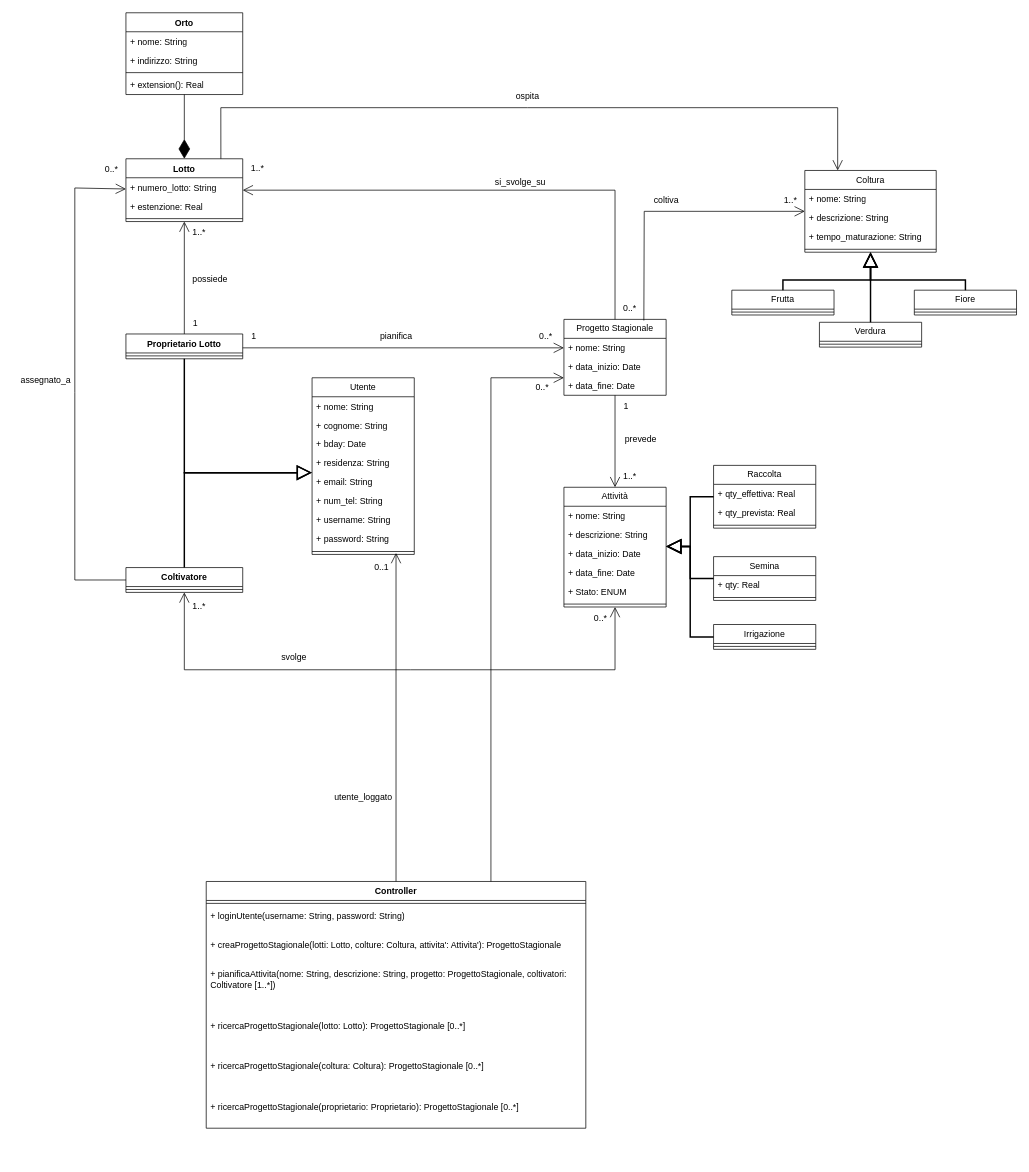
The draw.io diagram page "UML-OOP-version-1" (3 of 4) of diagrams/AllDiagrams.drawio in doriath17/UninaBioGarden, before the edit. Source tidied: cells renumbered, new cells numbered last; positions are measured from the earlier drawing's top-left corner, leaving out a move shared by most shapes. Both pictures are drawn from the tidied source at 73%, with x=0, y=0 at pixel (12, 12).
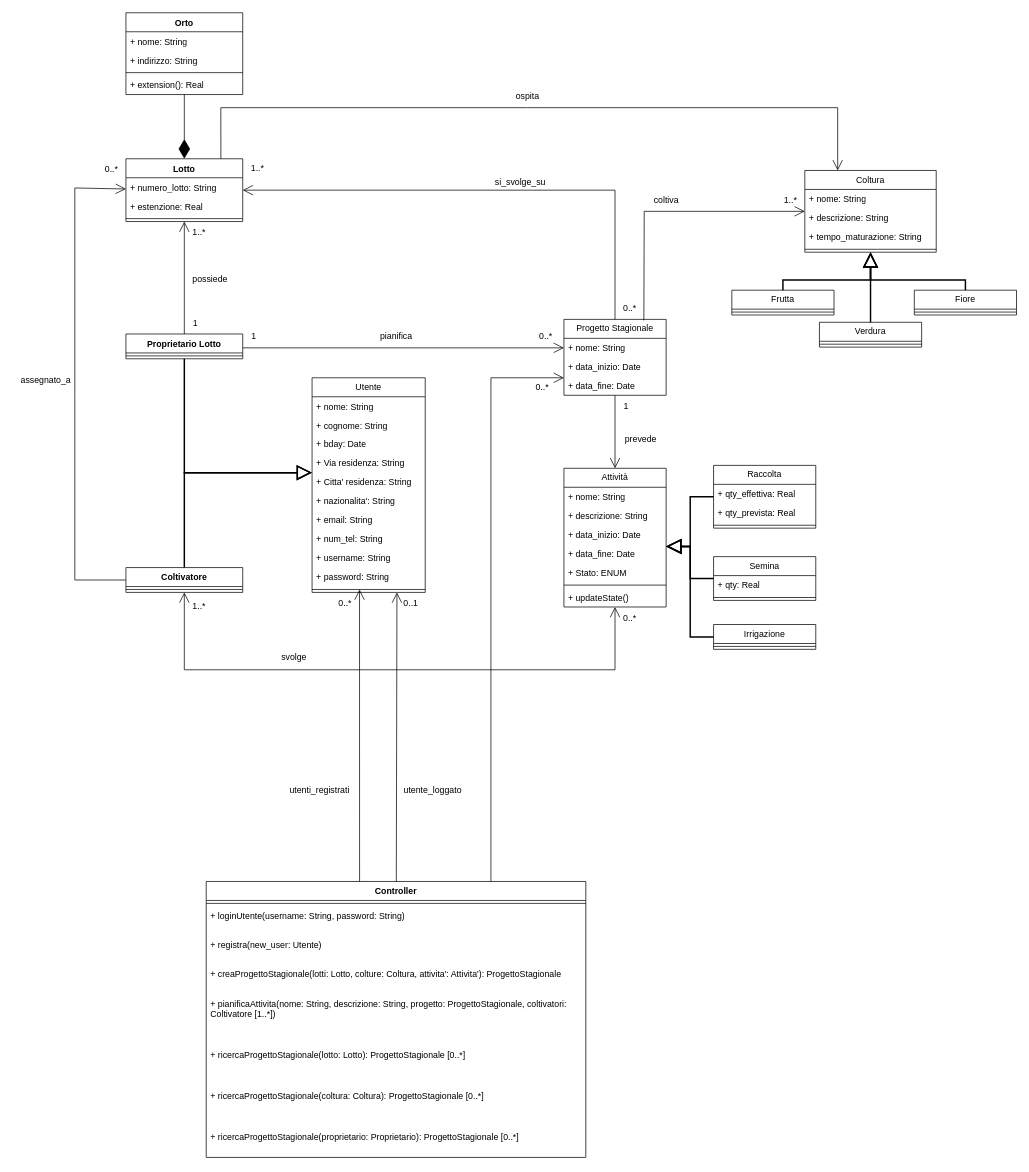
After the change.

What changed in the source:
```diff
@@
     <mxCell id="2" value="Utente" style="swimlane;fontStyle=0;horizontal=1;startSize=26;fillColor=none;whiteSpace=wrap;html=1;" parent="1" vertex="1">
-      <mxGeometry x="410" y="500" width="140" height="242" as="geometry" />
+      <mxGeometry x="410" y="500" width="155" height="294" as="geometry" />
     </mxCell>
     <mxCell id="3" value="+ nome: String" style="text;strokeColor=none;fillColor=none;align=left;verticalAlign=top;spacingLeft=4;spacingRight=4;overflow=hidden;whiteSpace=wrap;html=1;" parent="2" vertex="1">
-      <mxGeometry y="26" width="140" height="26" as="geometry" />
+      <mxGeometry y="26" width="155" height="26" as="geometry" />
     </mxCell>
     <mxCell id="4" value="+ cognome: String" style="text;strokeColor=none;fillColor=none;align=left;verticalAlign=top;spacingLeft=4;spacingRight=4;overflow=hidden;whiteSpace=wrap;html=1;" parent="2" vertex="1">
-      <mxGeometry y="52" width="140" height="26" as="geometry" />
+      <mxGeometry y="52" width="155" height="26" as="geometry" />
     </mxCell>
     <mxCell id="5" value="+ bday: Date" style="text;strokeColor=none;fillColor=none;align=left;verticalAlign=top;spacingLeft=4;spacingRight=4;overflow=hidden;whiteSpace=wrap;html=1;" parent="2" vertex="1">
-      <mxGeometry y="78" width="140" height="26" as="geometry" />
+      <mxGeometry y="78" width="155" height="26" as="geometry" />
     </mxCell>
-    <mxCell id="6" value="+ residenza: String" style="text;strokeColor=none;fillColor=none;align=left;verticalAlign=top;spacingLeft=4;spacingRight=4;overflow=hidden;whiteSpace=wrap;html=1;" parent="2" vertex="1">
-      <mxGeometry y="104" width="140" height="26" as="geometry" />
+    <mxCell id="6" value="+ Via residenza: String" style="text;strokeColor=none;fillColor=none;align=left;verticalAlign=top;spacingLeft=4;spacingRight=4;overflow=hidden;whiteSpace=wrap;html=1;" parent="2" vertex="1">
+      <mxGeometry y="104" width="155" height="26" as="geometry" />
     </mxCell>
+    <mxCell id="107" value="+ Citta' residenza: String" style="text;strokeColor=none;fillColor=none;align=left;verticalAlign=top;spacingLeft=4;spacingRight=4;overflow=hidden;whiteSpace=wrap;html=1;" parent="2" vertex="1">
+      <mxGeometry y="130" width="155" height="26" as="geometry" />
+    </mxCell>
+    <mxCell id="108" value="+ nazionalita': String" style="text;strokeColor=none;fillColor=none;align=left;verticalAlign=top;spacingLeft=4;spacingRight=4;overflow=hidden;whiteSpace=wrap;html=1;" parent="2" vertex="1">
+      <mxGeometry y="156" width="155" height="26" as="geometry" />
+    </mxCell>
     <mxCell id="7" value="+ email: String" style="text;strokeColor=none;fillColor=none;align=left;verticalAlign=top;spacingLeft=4;spacingRight=4;overflow=hidden;whiteSpace=wrap;html=1;" parent="2" vertex="1">
-      <mxGeometry y="130" width="140" height="26" as="geometry" />
+      <mxGeometry y="182" width="155" height="26" as="geometry" />
     </mxCell>
     <mxCell id="8" value="+ num_tel: String" style="text;strokeColor=none;fillColor=none;align=left;verticalAlign=top;spacingLeft=4;spacingRight=4;overflow=hidden;whiteSpace=wrap;html=1;" parent="2" vertex="1">
-      <mxGeometry y="156" width="140" height="26" as="geometry" />
+      <mxGeometry y="208" width="155" height="26" as="geometry" />
     </mxCell>
     <mxCell id="9" value="+ username: String" style="text;strokeColor=none;fillColor=none;align=left;verticalAlign=top;spacingLeft=4;spacingRight=4;overflow=hidden;whiteSpace=wrap;html=1;" parent="2" vertex="1">
-      <mxGeometry y="182" width="140" height="26" as="geometry" />
+      <mxGeometry y="234" width="155" height="26" as="geometry" />
     </mxCell>
     <mxCell id="10" value="+ password: String" style="text;strokeColor=none;fillColor=none;align=left;verticalAlign=top;spacingLeft=4;spacingRight=4;overflow=hidden;whiteSpace=wrap;html=1;" parent="2" vertex="1">
-      <mxGeometry y="208" width="140" height="26" as="geometry" />
+      <mxGeometry y="260" width="155" height="26" as="geometry" />
     </mxCell>
     <mxCell id="11" style="line;strokeWidth=1;fillColor=none;align=left;verticalAlign=middle;spacingTop=-1;spacingLeft=3;spacingRight=3;labelPosition=right;strokeColor=inherit;" parent="2" vertex="1">
-      <mxGeometry y="234" width="140" height="8" as="geometry" />
+      <mxGeometry y="286" width="155" height="8" as="geometry" />
     </mxCell>
@@
     <mxCell id="45" value="Attività" style="swimlane;fontStyle=0;horizontal=1;startSize=26;fillColor=none;whiteSpace=wrap;html=1;" parent="1" vertex="1">
-      <mxGeometry x="755" y="650" width="140" height="164" as="geometry" />
+      <mxGeometry x="755" y="624" width="140" height="190" as="geometry" />
     </mxCell>
@@
+    <mxCell id="109" value="+ updateState()" style="text;strokeColor=none;fillColor=none;align=left;verticalAlign=top;spacingLeft=4;spacingRight=4;overflow=hidden;whiteSpace=wrap;html=1;" parent="45" vertex="1">
+      <mxGeometry y="164" width="140" height="26" as="geometry" />
+    </mxCell>
@@
-    <mxCell id="54" value="1..*" style="text;html=1;align=center;verticalAlign=middle;strokeColor=none;fillColor=none;" parent="1" vertex="1">
-      <mxGeometry x="825" y="620" width="40" height="30" as="geometry" />
-    </mxCell>
@@
     <mxCell id="92" value="0..*" style="text;html=1;align=center;verticalAlign=middle;strokeColor=none;fillColor=none;" parent="1" vertex="1">
-      <mxGeometry x="785" y="814" width="40" height="30" as="geometry" />
+      <mxGeometry x="825" y="814" width="40" height="30" as="geometry" />
     </mxCell>
@@
     <mxCell id="94" value="Controller" style="swimlane;fontStyle=1;align=center;verticalAlign=top;horizontal=1;startSize=26;whiteSpace=wrap;html=1;" parent="1" vertex="1">
-      <mxGeometry x="265" y="1190" width="520" height="338" as="geometry" />
+      <mxGeometry x="265" y="1190" width="520" height="378" as="geometry" />
     </mxCell>
@@
+    <mxCell id="110" value="+ registra(new_user: Utente)" style="text;strokeColor=none;fillColor=none;align=left;verticalAlign=top;spacingLeft=4;spacingRight=4;overflow=hidden;whiteSpace=wrap;html=1;" parent="94" vertex="1">
+      <mxGeometry y="74" width="520" height="40" as="geometry" />
+    </mxCell>
     <mxCell id="97" value="+ creaProgettoStagionale(lotti: Lotto, colture: Coltura, attivita': Attivita'): ProgettoStagionale" style="text;strokeColor=none;fillColor=none;align=left;verticalAlign=top;spacingLeft=4;spacingRight=4;overflow=hidden;whiteSpace=wrap;html=1;" parent="94" vertex="1">
-      <mxGeometry y="74" width="520" height="40" as="geometry" />
+      <mxGeometry y="114" width="520" height="40" as="geometry" />
     </mxCell>
     <mxCell id="98" value="+ pianificaAttivita(nome: String, descrizione: String, progetto: ProgettoStagionale, coltivatori: Coltivatore [1..*])" style="text;strokeColor=none;fillColor=none;align=left;verticalAlign=top;spacingLeft=4;spacingRight=4;overflow=hidden;whiteSpace=wrap;html=1;" parent="94" vertex="1">
-      <mxGeometry y="114" width="520" height="56" as="geometry" />
+      <mxGeometry y="154" width="520" height="56" as="geometry" />
     </mxCell>
     <mxCell id="99" value="&lt;div&gt;&lt;br&gt;&lt;/div&gt;&lt;div&gt;+ ricercaProgettoStagionale(lotto: Lotto): ProgettoStagionale [0..*]&lt;/div&gt;" style="text;strokeColor=none;fillColor=none;align=left;verticalAlign=top;spacingLeft=4;spacingRight=4;overflow=hidden;whiteSpace=wrap;html=1;" parent="94" vertex="1">
-      <mxGeometry y="170" width="520" height="56" as="geometry" />
+      <mxGeometry y="210" width="520" height="56" as="geometry" />
     </mxCell>
     <mxCell id="100" value="&lt;div&gt;&lt;br&gt;&lt;/div&gt;&lt;div&gt;+ ricercaProgettoStagionale(coltura: Coltura): ProgettoStagionale [0..*]&lt;/div&gt;" style="text;strokeColor=none;fillColor=none;align=left;verticalAlign=top;spacingLeft=4;spacingRight=4;overflow=hidden;whiteSpace=wrap;html=1;" parent="94" vertex="1">
-      <mxGeometry y="226" width="520" height="56" as="geometry" />
+      <mxGeometry y="266" width="520" height="56" as="geometry" />
     </mxCell>
     <mxCell id="101" value="&lt;div&gt;&lt;br&gt;&lt;/div&gt;&lt;div&gt;+ ricercaProgettoStagionale(proprietario: Proprietario): ProgettoStagionale [0..*]&lt;/div&gt;" style="text;strokeColor=none;fillColor=none;align=left;verticalAlign=top;spacingLeft=4;spacingRight=4;overflow=hidden;whiteSpace=wrap;html=1;" parent="94" vertex="1">
-      <mxGeometry y="282" width="520" height="56" as="geometry" />
+      <mxGeometry y="322" width="520" height="56" as="geometry" />
     </mxCell>
@@
-    <mxCell id="104" style="endArrow=open;endFill=1;endSize=12;html=1;rounded=0;" parent="1" edge="1" source="94">
-      <mxGeometry relative="1" as="geometry">
-        <mxPoint x="525" y="740" as="targetPoint" />
-      </mxGeometry>
+    <mxCell id="104" style="endArrow=open;endFill=1;endSize=12;html=1;rounded=0;entryX=0.75;entryY=1;entryDx=0;entryDy=0;" parent="1" edge="1" source="94" target="2">
+      <mxGeometry relative="1" as="geometry" />
     </mxCell>
     <mxCell id="105" value="0..1" style="text;html=1;align=center;verticalAlign=middle;strokeColor=none;fillColor=none;" parent="1" vertex="1">
-      <mxGeometry x="485" y="745" width="40" height="30" as="geometry" />
+      <mxGeometry x="525" y="794" width="40" height="30" as="geometry" />
     </mxCell>
     <mxCell id="106" value="utente_loggato" style="text;html=1;align=center;verticalAlign=middle;strokeColor=none;fillColor=none;" parent="1" vertex="1">
-      <mxGeometry x="430" y="1060" width="100" height="30" as="geometry" />
+      <mxGeometry x="525" y="1050" width="100" height="30" as="geometry" />
     </mxCell>
+    <mxCell id="111" style="endArrow=open;endFill=1;endSize=12;html=1;rounded=0;exitX=0.404;exitY=0;exitDx=0;exitDy=0;exitPerimeter=0;" parent="1" edge="1" source="94">
+      <mxGeometry relative="1" as="geometry">
+        <mxPoint x="475" y="790" as="targetPoint" />
+      </mxGeometry>
+    </mxCell>
+    <mxCell id="112" value="utenti_registrati" style="text;html=1;align=center;verticalAlign=middle;strokeColor=none;fillColor=none;" parent="1" vertex="1">
+      <mxGeometry x="365" y="1050" width="110" height="30" as="geometry" />
+    </mxCell>
+    <mxCell id="113" value="0..*" style="text;html=1;align=center;verticalAlign=middle;strokeColor=none;fillColor=none;" parent="1" vertex="1">
+      <mxGeometry x="435" y="794" width="40" height="30" as="geometry" />
+    </mxCell>
```
